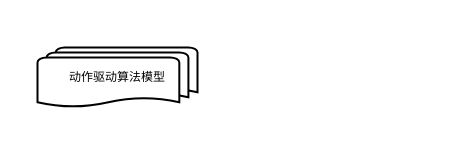
Before: 3d_live_streaming.drawio in skindhu/9GAG, a draw.io diagram. Source tidied: cells renumbered, new cells numbered last; positions are measured from the earlier drawing's top-left corner, leaving out a move shared by most shapes. Both pictures are drawn from the tidied source at 100%, with x=0, y=0 at pixel (37, 47).
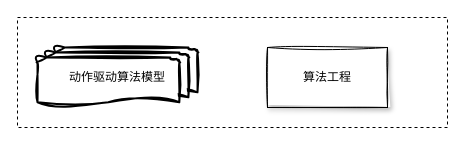
The same page after the edit.

Diff of the diagram source:
```diff
@@
 <mxGraphModel>
   <root>
     <mxCell id="0" />
     <mxCell id="1" parent="0" />
+    <mxCell id="3" style="rounded=0;whiteSpace=wrap;html=1;dashed=1;" parent="1" vertex="1">
+      <mxGeometry x="-20" y="-30" width="430" height="110" as="geometry" />
+    </mxCell>
-    <mxCell id="2" value="动作驱动算法模型" style="strokeWidth=2;html=1;shape=mxgraph.flowchart.multi-document;whiteSpace=wrap;" parent="1" vertex="1">
+    <mxCell id="2" value="动作驱动算法模型" style="strokeWidth=2;html=1;shape=mxgraph.flowchart.multi-document;whiteSpace=wrap;sketch=1;curveFitting=1;jiggle=2;" parent="1" vertex="1">
       <mxGeometry width="160" height="60" as="geometry" />
     </mxCell>
+    <mxCell id="4" value="算法工程" style="rounded=0;whiteSpace=wrap;html=1;glass=0;sketch=1;curveFitting=1;jiggle=2;shadow=1;" parent="1" vertex="1">
+      <mxGeometry x="230" width="120" height="60" as="geometry" />
+    </mxCell>
   </root>
 </mxGraphModel>
```
